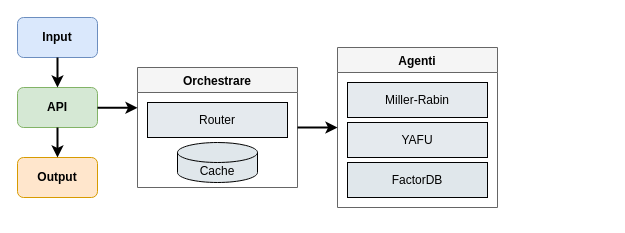
This is doc/SRS/diagrame/XML/diagrama_prime_checker.drawio from MoldoAndr/vitruvian-cipher, a draw.io file, before an edit. Source tidied: cells renumbered, new cells numbered last; positions are measured from the earlier drawing's top-left corner, leaving out a move shared by most shapes. Both pictures are drawn from the tidied source at 100%, with x=0, y=0 at pixel (17, 17).
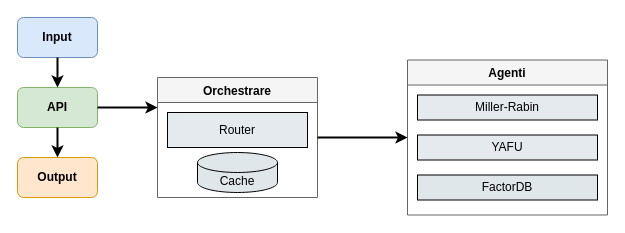
After the change.

What changed in the source:
```diff
@@
 <mxGraphModel>
   <root>
     <mxCell id="0" />
     <mxCell id="1" parent="0" />
     <mxCell id="2" value="Input" style="rounded=1;whiteSpace=wrap;html=1;fillColor=#dae8fc;strokeColor=#6c8ebf;fontStyle=1;" parent="1" vertex="1">
       <mxGeometry width="80" height="40" as="geometry" />
     </mxCell>
     <mxCell id="3" value="API" style="rounded=1;whiteSpace=wrap;html=1;fillColor=#d5e8d4;strokeColor=#82b366;fontStyle=1;" parent="1" vertex="1">
       <mxGeometry y="70" width="80" height="40" as="geometry" />
     </mxCell>
     <mxCell id="4" value="Orchestrare" style="swimlane;horizontal=1;startSize=25;fillColor=#f5f5f5;strokeColor=#666666;fontStyle=1;" parent="1" vertex="1">
-      <mxGeometry x="120" y="50" width="160" height="120" as="geometry" />
+      <mxGeometry x="140" y="60" width="160" height="120" as="geometry" />
     </mxCell>
     <mxCell id="5" value="Router" style="rounded=0;whiteSpace=wrap;html=1;fillColor=#e5eaee;strokeColor=#000000;" parent="4" vertex="1">
       <mxGeometry x="10" y="35" width="140" height="35" as="geometry" />
     </mxCell>
     <mxCell id="6" value="Cache" style="shape=cylinder3;whiteSpace=wrap;html=1;boundedLbl=1;backgroundOutline=1;size=10;fillColor=#e0e7eb;strokeColor=#000000;" parent="4" vertex="1">
       <mxGeometry x="40" y="75" width="80" height="40" as="geometry" />
     </mxCell>
     <mxCell id="7" value="Agenti" style="swimlane;horizontal=1;startSize=25;fillColor=#f5f5f5;strokeColor=#666666;fontStyle=1;" parent="1" vertex="1">
-      <mxGeometry x="320" y="30" width="160" height="160" as="geometry" />
+      <mxGeometry x="390" y="42.5" width="200" height="155" as="geometry" />
     </mxCell>
     <mxCell id="8" value="Miller-Rabin" style="rounded=0;whiteSpace=wrap;html=1;fillColor=#e5eaee;strokeColor=#000000;" parent="7" vertex="1">
-      <mxGeometry x="10" y="35" width="140" height="35" as="geometry" />
+      <mxGeometry x="10" y="35" width="180" height="25" as="geometry" />
     </mxCell>
     <mxCell id="9" value="YAFU" style="rounded=0;whiteSpace=wrap;html=1;fillColor=#e5eaee;strokeColor=#000000;" parent="7" vertex="1">
-      <mxGeometry x="10" y="75" width="140" height="35" as="geometry" />
+      <mxGeometry x="10" y="75" width="180" height="25" as="geometry" />
     </mxCell>
     <mxCell id="10" value="FactorDB" style="rounded=0;whiteSpace=wrap;html=1;fillColor=#e0e7eb;strokeColor=#000000;" parent="7" vertex="1">
-      <mxGeometry x="10" y="115" width="140" height="35" as="geometry" />
+      <mxGeometry x="10" y="115" width="180" height="25" as="geometry" />
     </mxCell>
     <mxCell id="11" style="edgeStyle=orthogonalEdgeStyle;rounded=0;jettySize=auto;html=1;strokeColor=#000000;strokeWidth=2;" parent="1" edge="1" source="2" target="3">
       <mxGeometry relative="1" as="geometry" />
     </mxCell>
     <mxCell id="12" style="edgeStyle=orthogonalEdgeStyle;rounded=0;jettySize=auto;html=1;strokeColor=#000000;strokeWidth=2;" parent="1" edge="1" source="4" target="7">
       <mxGeometry relative="1" as="geometry" />
     </mxCell>
     <mxCell id="13" value="Output" style="rounded=1;whiteSpace=wrap;html=1;fillColor=#ffe6cc;strokeColor=#d79b00;fontStyle=1;" parent="1" vertex="1">
       <mxGeometry y="140" width="80" height="40" as="geometry" />
     </mxCell>
-    <mxCell id="14" style="edgeStyle=orthogonalEdgeStyle;rounded=0;orthogonalLoop=1;jettySize=auto;html=1;strokeColor=#000000;strokeWidth=2;" parent="1" edge="1">
+    <mxCell id="14" style="edgeStyle=orthogonalEdgeStyle;rounded=0;jettySize=auto;html=1;strokeColor=#000000;strokeWidth=2;entryX=0;entryY=0.25;entryDx=0;entryDy=0;" parent="1" edge="1" target="4">
       <mxGeometry relative="1" as="geometry">
-        <mxPoint x="80" y="90.3" as="sourcePoint" />
-        <mxPoint x="120" y="90.3" as="targetPoint" />
+        <mxPoint x="80" y="90" as="sourcePoint" />
         <Array as="points">
-          <mxPoint x="110" y="90" />
-          <mxPoint x="110" y="90" />
+          <mxPoint x="80" y="90" />
         </Array>
       </mxGeometry>
     </mxCell>
     <mxCell id="15" style="edgeStyle=orthogonalEdgeStyle;rounded=0;jettySize=auto;html=1;strokeColor=#000000;strokeWidth=2;entryX=0.5;entryY=0;entryDx=0;entryDy=0;exitX=0.5;exitY=1;exitDx=0;exitDy=0;" parent="1" edge="1" source="3" target="13">
       <mxGeometry relative="1" as="geometry">
         <Array as="points">
           <mxPoint x="40" y="120" />
           <mxPoint x="40" y="120" />
         </Array>
       </mxGeometry>
     </mxCell>
   </root>
 </mxGraphModel>
```
